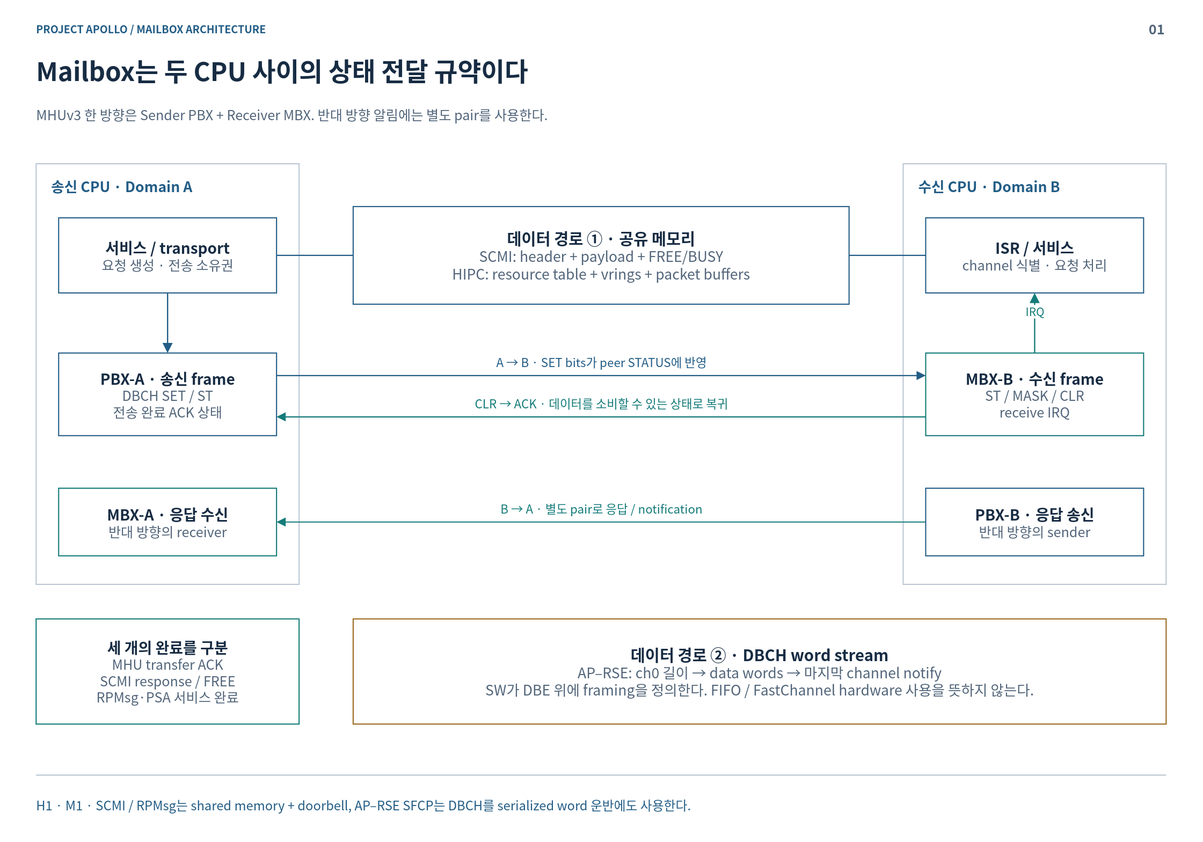
cometzero/project-apollo keeps this draw.io diagram as doc/phase1/mailbox/diagrams/01-hardware.drawio.svg. Above is the earlier version. Source tidied: cells renumbered, new cells last; positions are measured from the earlier drawing's top-left corner, leaving out a move shared by most shapes.
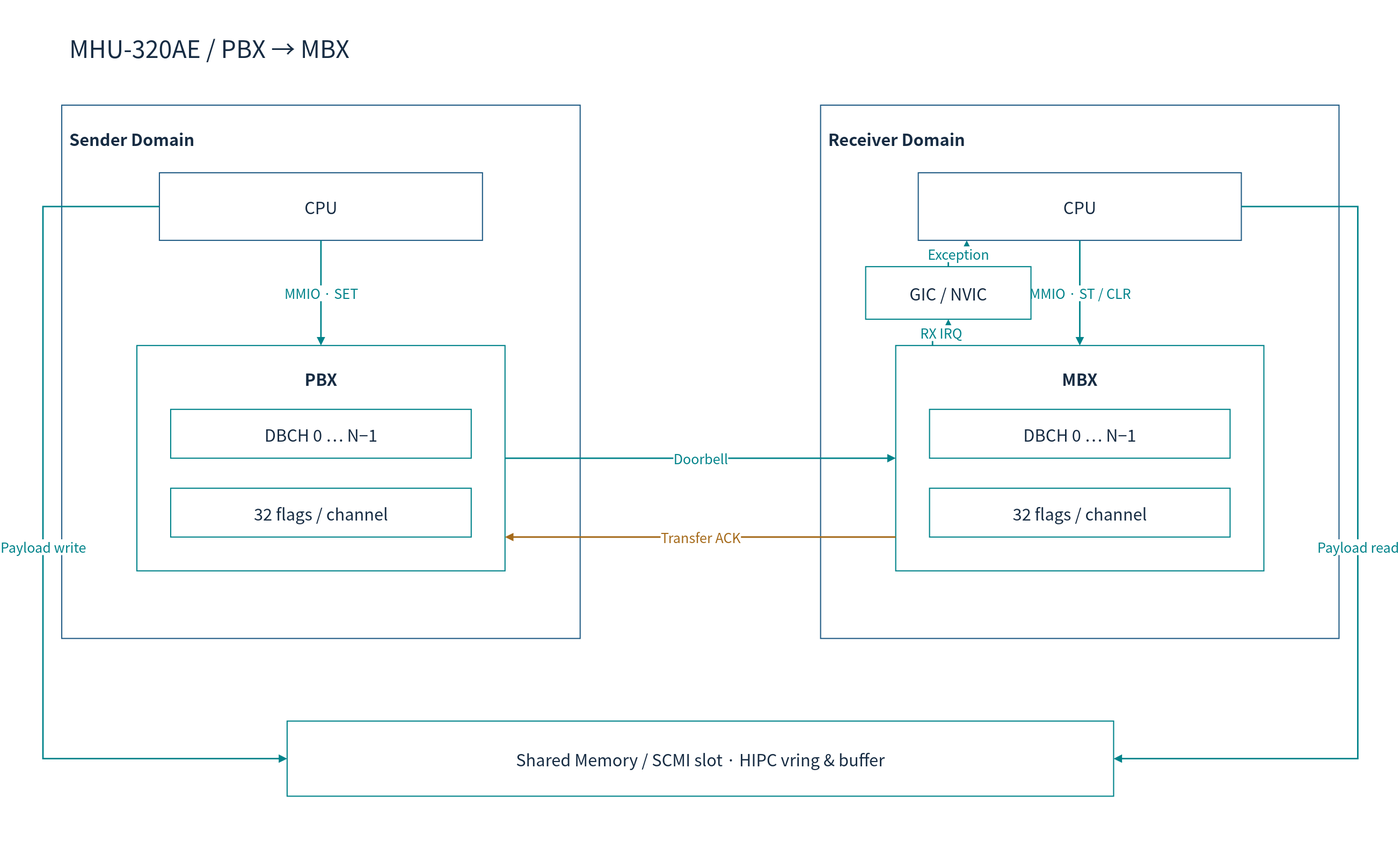
Later version of the same file.

Diff of the diagram source:
```diff
@@ -2,111 +2,81 @@
   <root>
     <mxCell id="0" />
     <mxCell id="1" parent="0" />
-    <mxCell id="2" style="rounded=0;whiteSpace=wrap;html=1;fillColor=#FFFFFF;strokeWidth=1.5;fontFamily=Noto Sans CJK KR;fontSize=18;spacing=12;fontColor=#172C43;strokeColor=none;" parent="1" vertex="1">
-      <mxGeometry width="1600" height="1120" as="geometry" />
+    <mxCell id="2" style="rounded=0;whiteSpace=wrap;html=1;fillColor=#FFFFFF;strokeColor=none;strokeWidth=1.5;fontColor=#172C43;fontFamily=Noto Sans CJK KR;fontSize=22;spacing=10;" parent="1" vertex="1">
+      <mxGeometry width="1800" height="1120" as="geometry" />
     </mxCell>
-    <mxCell id="3" value="PROJECT APOLLO / MAILBOX ARCHITECTURE" style="rounded=0;whiteSpace=wrap;html=1;fillColor=#FFFFFF;strokeWidth=1.5;fontFamily=Noto Sans CJK KR;fontSize=18;spacing=12;fontColor=#172C43;strokeColor=none;fillColor=none;spacing=0;align=left;verticalAlign=middle;fontSize=14;fontColor=#235D86;fontStyle=1;" parent="1" vertex="1">
-      <mxGeometry x="48" y="26" width="1400" height="24" as="geometry" />
-    </mxCell>
-    <mxCell id="4" value="01" style="rounded=0;whiteSpace=wrap;html=1;fillColor=#FFFFFF;strokeWidth=1.5;fontFamily=Noto Sans CJK KR;fontSize=18;spacing=12;fontColor=#172C43;strokeColor=none;fillColor=none;spacing=0;align=right;verticalAlign=middle;fontSize=18;fontColor=#52657A;fontStyle=1;" parent="1" vertex="1">
-      <mxGeometry x="1485" y="23" width="65" height="30" as="geometry" />
-    </mxCell>
-    <mxCell id="5" value="Mailbox는 두 CPU 사이의 상태 전달 규약이다" style="rounded=0;whiteSpace=wrap;html=1;fillColor=#FFFFFF;strokeWidth=1.5;fontFamily=Noto Sans CJK KR;fontSize=18;spacing=12;fontColor=#172C43;strokeColor=none;fillColor=none;spacing=0;align=left;verticalAlign=middle;fontSize=34;fontColor=#172C43;fontStyle=1;" parent="1" vertex="1">
-      <mxGeometry x="48" y="67" width="1504" height="54" as="geometry" />
+    <mxCell id="5" value="MHU-320AE / PBX → MBX" style="rounded=0;whiteSpace=wrap;html=1;fillColor=#FFFFFF;strokeColor=none;strokeWidth=1.5;fontColor=#172C43;fontFamily=Noto Sans CJK KR;fontSize=22;spacing=10;fontSize=32;align=left;" parent="1" vertex="1">
+      <mxGeometry x="50" y="30" width="1700" height="65" as="geometry" />
     </mxCell>
-    <mxCell id="6" value="MHUv3 한 방향은 Sender PBX + Receiver MBX. 반대 방향 알림에는 별도 pair를 사용한다." style="rounded=0;whiteSpace=wrap;html=1;fillColor=#FFFFFF;strokeWidth=1.5;fontFamily=Noto Sans CJK KR;fontSize=18;spacing=12;fontColor=#172C43;strokeColor=none;fillColor=none;spacing=0;align=left;verticalAlign=middle;fontSize=18;fontColor=#52657A;fontStyle=0;" parent="1" vertex="1">
-      <mxGeometry x="48" y="127" width="1504" height="50" as="geometry" />
-    </mxCell>
-    <mxCell id="7" style="html=1;whiteSpace=nowrap;edgeStyle=none;endArrow=none;endSize=8;strokeWidth=1.6;strokeColor=#BAC7D3;fontColor=#BAC7D3;fontFamily=Noto Sans CJK KR;fontSize=16;labelBackgroundColor=#FFFFFF;dashed=0;" parent="1" edge="1">
-      <mxGeometry relative="1" as="geometry">
-        <mxPoint x="48" y="1032" as="sourcePoint" />
-        <mxPoint x="1552" y="1032" as="targetPoint" />
-      </mxGeometry>
-    </mxCell>
-    <mxCell id="8" value="H1 · M1 · SCMI / RPMsg는 shared memory + doorbell, AP–RSE SFCP는 DBCH를 serialized word 운반에도 사용한다." style="rounded=0;whiteSpace=wrap;html=1;fillColor=#FFFFFF;strokeWidth=1.5;fontFamily=Noto Sans CJK KR;fontSize=18;spacing=12;fontColor=#172C43;strokeColor=none;fillColor=none;spacing=0;align=left;verticalAlign=middle;fontSize=17;fontColor=#235D86;fontStyle=0;" parent="1" vertex="1">
-      <mxGeometry x="48" y="1047" width="1504" height="50" as="geometry" />
-    </mxCell>
-    <mxCell id="9" style="rounded=0;whiteSpace=wrap;html=1;fillColor=#FFFFFF;strokeWidth=1.5;fontFamily=Noto Sans CJK KR;fontSize=18;spacing=12;fontColor=#172C43;strokeColor=#BAC7D3;" parent="1" vertex="1">
-      <mxGeometry x="48" y="218" width="350" height="560" as="geometry" />
-    </mxCell>
-    <mxCell id="10" value="송신 CPU · Domain A" style="rounded=0;whiteSpace=wrap;html=1;fillColor=#FFFFFF;strokeWidth=1.5;fontFamily=Noto Sans CJK KR;fontSize=18;spacing=12;fontColor=#172C43;strokeColor=none;fillColor=none;spacing=0;align=left;verticalAlign=middle;fontSize=19;fontColor=#235D86;fontStyle=1;" parent="1" vertex="1">
-      <mxGeometry x="68" y="232" width="310" height="32" as="geometry" />
-    </mxCell>
-    <mxCell id="11" value="&lt;b style=&quot;font-size:20px&quot;&gt;서비스 / transport&lt;/b&gt;&lt;br&gt;&lt;font color=&quot;#52657A&quot; style=&quot;font-size:18px&quot;&gt;요청 생성 · 전송 소유권&lt;/font&gt;" style="rounded=0;whiteSpace=wrap;html=1;fillColor=#FFFFFF;strokeWidth=1.5;fontFamily=Noto Sans CJK KR;fontSize=18;spacing=12;fontColor=#172C43;strokeColor=#235D86;" parent="1" vertex="1">
-      <mxGeometry x="78" y="290" width="290" height="100" as="geometry" />
-    </mxCell>
-    <mxCell id="12" value="&lt;b style=&quot;font-size:20px&quot;&gt;PBX-A · 송신 frame&lt;/b&gt;&lt;br&gt;&lt;font color=&quot;#52657A&quot; style=&quot;font-size:18px&quot;&gt;DBCH SET / ST&lt;br&gt;전송 완료 ACK 상태&lt;/font&gt;" style="rounded=0;whiteSpace=wrap;html=1;fillColor=#FFFFFF;strokeWidth=1.5;fontFamily=Noto Sans CJK KR;fontSize=18;spacing=12;fontColor=#172C43;strokeColor=#235D86;" parent="1" vertex="1">
-      <mxGeometry x="78" y="470" width="290" height="110" as="geometry" />
-    </mxCell>
-    <mxCell id="13" value="&lt;b style=&quot;font-size:20px&quot;&gt;MBX-A · 응답 수신&lt;/b&gt;&lt;br&gt;&lt;font color=&quot;#52657A&quot; style=&quot;font-size:18px&quot;&gt;반대 방향의 receiver&lt;/font&gt;" style="rounded=0;whiteSpace=wrap;html=1;fillColor=#FFFFFF;strokeWidth=1.5;fontFamily=Noto Sans CJK KR;fontSize=18;spacing=12;fontColor=#172C43;strokeColor=#147B79;" parent="1" vertex="1">
-      <mxGeometry x="78" y="650" width="290" height="90" as="geometry" />
-    </mxCell>
-    <mxCell id="14" style="rounded=0;whiteSpace=wrap;html=1;fillColor=#FFFFFF;strokeWidth=1.5;fontFamily=Noto Sans CJK KR;fontSize=18;spacing=12;fontColor=#172C43;strokeColor=#BAC7D3;" parent="1" vertex="1">
-      <mxGeometry x="1202" y="218" width="350" height="560" as="geometry" />
-    </mxCell>
-    <mxCell id="15" value="수신 CPU · Domain B" style="rounded=0;whiteSpace=wrap;html=1;fillColor=#FFFFFF;strokeWidth=1.5;fontFamily=Noto Sans CJK KR;fontSize=18;spacing=12;fontColor=#172C43;strokeColor=none;fillColor=none;spacing=0;align=left;verticalAlign=middle;fontSize=19;fontColor=#235D86;fontStyle=1;" parent="1" vertex="1">
-      <mxGeometry x="1222" y="232" width="310" height="32" as="geometry" />
-    </mxCell>
-    <mxCell id="16" value="&lt;b style=&quot;font-size:20px&quot;&gt;ISR / 서비스&lt;/b&gt;&lt;br&gt;&lt;font color=&quot;#52657A&quot; style=&quot;font-size:18px&quot;&gt;channel 식별 · 요청 처리&lt;/font&gt;" style="rounded=0;whiteSpace=wrap;html=1;fillColor=#FFFFFF;strokeWidth=1.5;fontFamily=Noto Sans CJK KR;fontSize=18;spacing=12;fontColor=#172C43;strokeColor=#235D86;" parent="1" vertex="1">
-      <mxGeometry x="1232" y="290" width="290" height="100" as="geometry" />
-    </mxCell>
-    <mxCell id="17" value="&lt;b style=&quot;font-size:20px&quot;&gt;MBX-B · 수신 frame&lt;/b&gt;&lt;br&gt;&lt;font color=&quot;#52657A&quot; style=&quot;font-size:18px&quot;&gt;ST / MASK / CLR&lt;br&gt;receive IRQ&lt;/font&gt;" style="rounded=0;whiteSpace=wrap;html=1;fillColor=#FFFFFF;strokeWidth=1.5;fontFamily=Noto Sans CJK KR;fontSize=18;spacing=12;fontColor=#172C43;strokeColor=#147B79;" parent="1" vertex="1">
-      <mxGeometry x="1232" y="470" width="290" height="110" as="geometry" />
-    </mxCell>
-    <mxCell id="18" value="&lt;b style=&quot;font-size:20px&quot;&gt;PBX-B · 응답 송신&lt;/b&gt;&lt;br&gt;&lt;font color=&quot;#52657A&quot; style=&quot;font-size:18px&quot;&gt;반대 방향의 sender&lt;/font&gt;" style="rounded=0;whiteSpace=wrap;html=1;fillColor=#FFFFFF;strokeWidth=1.5;fontFamily=Noto Sans CJK KR;fontSize=18;spacing=12;fontColor=#172C43;strokeColor=#235D86;" parent="1" vertex="1">
-      <mxGeometry x="1232" y="650" width="290" height="90" as="geometry" />
-    </mxCell>
-    <mxCell id="19" style="html=1;whiteSpace=nowrap;edgeStyle=orthogonalEdgeStyle;rounded=0;endArrow=block;endSize=9;strokeWidth=1.7;strokeColor=#235D86;fontColor=#235D86;fontFamily=Noto Sans CJK KR;fontSize=15;labelBackgroundColor=#FFFFFF;" parent="1" edge="1" source="11" target="12">
-      <mxGeometry relative="1" as="geometry">
-        <mxPoint y="-16" as="offset" />
-      </mxGeometry>
-    </mxCell>
-    <mxCell id="20" value="IRQ" style="html=1;whiteSpace=nowrap;edgeStyle=orthogonalEdgeStyle;rounded=0;endArrow=block;endSize=9;strokeWidth=1.7;strokeColor=#147B79;fontColor=#147B79;fontFamily=Noto Sans CJK KR;fontSize=15;labelBackgroundColor=#FFFFFF;" parent="1" edge="1" source="17" target="16">
-      <mxGeometry relative="1" as="geometry">
-        <mxPoint y="-16" as="offset" />
-      </mxGeometry>
-    </mxCell>
-    <mxCell id="21" value="A → B · SET bits가 peer STATUS에 반영" style="html=1;whiteSpace=nowrap;edgeStyle=none;endArrow=block;endSize=8;strokeWidth=1.6;strokeColor=#235D86;fontColor=#235D86;fontFamily=Noto Sans CJK KR;fontSize=16;labelBackgroundColor=#FFFFFF;dashed=0;" parent="1" edge="1">
-      <mxGeometry relative="1" as="geometry">
-        <mxPoint x="368" y="500" as="sourcePoint" />
-        <mxPoint x="1232" y="500" as="targetPoint" />
-        <mxPoint y="-18" as="offset" />
-      </mxGeometry>
-    </mxCell>
-    <mxCell id="22" value="CLR → ACK · 데이터를 소비할 수 있는 상태로 복귀" style="html=1;whiteSpace=nowrap;edgeStyle=none;endArrow=block;endSize=8;strokeWidth=1.6;strokeColor=#147B79;fontColor=#147B79;fontFamily=Noto Sans CJK KR;fontSize=16;labelBackgroundColor=#FFFFFF;dashed=0;" parent="1" edge="1">
-      <mxGeometry relative="1" as="geometry">
-        <mxPoint x="1232" y="555" as="sourcePoint" />
-        <mxPoint x="368" y="555" as="targetPoint" />
-        <mxPoint y="-18" as="offset" />
-      </mxGeometry>
-    </mxCell>
-    <mxCell id="23" value="B → A · 별도 pair로 응답 / notification" style="html=1;whiteSpace=nowrap;edgeStyle=none;endArrow=block;endSize=8;strokeWidth=1.6;strokeColor=#147B79;fontColor=#147B79;fontFamily=Noto Sans CJK KR;fontSize=16;labelBackgroundColor=#FFFFFF;dashed=0;" parent="1" edge="1">
-      <mxGeometry relative="1" as="geometry">
-        <mxPoint x="1232" y="695" as="sourcePoint" />
-        <mxPoint x="368" y="695" as="targetPoint" />
-        <mxPoint y="-18" as="offset" />
-      </mxGeometry>
-    </mxCell>
-    <mxCell id="24" value="&lt;b style=&quot;font-size:21px&quot;&gt;데이터 경로 ① · 공유 메모리&lt;/b&gt;&lt;br&gt;&lt;font color=&quot;#52657A&quot; style=&quot;font-size:19px&quot;&gt;SCMI: header + payload + FREE/BUSY&lt;br&gt;HIPC: resource table + vrings + packet buffers&lt;/font&gt;" style="rounded=0;whiteSpace=wrap;html=1;fillColor=#FFFFFF;strokeWidth=1.5;fontFamily=Noto Sans CJK KR;fontSize=18;spacing=12;fontColor=#172C43;strokeColor=#235D86;" parent="1" vertex="1">
-      <mxGeometry x="470" y="275" width="660" height="130" as="geometry" />
-    </mxCell>
-    <mxCell id="25" style="html=1;whiteSpace=nowrap;edgeStyle=none;endArrow=none;endSize=8;strokeWidth=1.6;strokeColor=#235D86;fontColor=#235D86;fontFamily=Noto Sans CJK KR;fontSize=16;labelBackgroundColor=#FFFFFF;dashed=0;" parent="1" edge="1">
-      <mxGeometry relative="1" as="geometry">
-        <mxPoint x="368" y="340" as="sourcePoint" />
-        <mxPoint x="470" y="340" as="targetPoint" />
-      </mxGeometry>
-    </mxCell>
-    <mxCell id="26" style="html=1;whiteSpace=nowrap;edgeStyle=none;endArrow=none;endSize=8;strokeWidth=1.6;strokeColor=#235D86;fontColor=#235D86;fontFamily=Noto Sans CJK KR;fontSize=16;labelBackgroundColor=#FFFFFF;dashed=0;" parent="1" edge="1">
-      <mxGeometry relative="1" as="geometry">
-        <mxPoint x="1130" y="340" as="sourcePoint" />
-        <mxPoint x="1232" y="340" as="targetPoint" />
-      </mxGeometry>
-    </mxCell>
-    <mxCell id="27" value="&lt;b style=&quot;font-size:21px&quot;&gt;데이터 경로 ② · DBCH word stream&lt;/b&gt;&lt;br&gt;&lt;font color=&quot;#52657A&quot; style=&quot;font-size:19px&quot;&gt;AP–RSE: ch0 길이 → data words → 마지막 channel notify&lt;br&gt;SW가 DBE 위에 framing을 정의한다. FIFO / FastChannel hardware 사용을 뜻하지 않는다.&lt;/font&gt;" style="rounded=0;whiteSpace=wrap;html=1;fillColor=#FFFFFF;strokeWidth=1.5;fontFamily=Noto Sans CJK KR;fontSize=18;spacing=12;fontColor=#172C43;strokeColor=#9A681E;" parent="1" vertex="1">
-      <mxGeometry x="470" y="824" width="1082" height="140" as="geometry" />
-    </mxCell>
-    <mxCell id="28" value="&lt;b style=&quot;font-size:20px&quot;&gt;세 개의 완료를 구분&lt;/b&gt;&lt;br&gt;&lt;font color=&quot;#52657A&quot; style=&quot;font-size:18px&quot;&gt;MHU transfer ACK&lt;br&gt;SCMI response / FREE&lt;br&gt;RPMsg·PSA 서비스 완료&lt;/font&gt;" style="rounded=0;whiteSpace=wrap;html=1;fillColor=#FFFFFF;strokeWidth=1.5;fontFamily=Noto Sans CJK KR;fontSize=18;spacing=12;fontColor=#172C43;strokeColor=#147B79;" parent="1" vertex="1">
-      <mxGeometry x="48" y="824" width="350" height="140" as="geometry" />
-    </mxCell>
+    <mxCell id="29" value="Sender Domain" style="rounded=0;whiteSpace=wrap;html=1;fillColor=#FFFFFF;strokeColor=#235D86;strokeWidth=1.5;fontColor=#172C43;fontFamily=Noto Sans CJK KR;fontSize=22;spacing=10;verticalAlign=top;fontStyle=1;spacingTop=16;align=left;" parent="1" vertex="1">
+      <mxGeometry x="50" y="140" width="690" height="710" as="geometry" />
+    </mxCell>
+    <mxCell id="30" value="CPU" style="rounded=0;whiteSpace=wrap;html=1;fillColor=#FFFFFF;strokeColor=#235D86;strokeWidth=1.5;fontColor=#172C43;fontFamily=Noto Sans CJK KR;fontSize=22;spacing=10;" parent="29" vertex="1">
+      <mxGeometry x="130" y="90" width="430" height="90" as="geometry" />
+    </mxCell>
+    <mxCell id="31" value="PBX" style="rounded=0;whiteSpace=wrap;html=1;fillColor=#FFFFFF;strokeColor=#00838A;strokeWidth=1.5;fontColor=#172C43;fontFamily=Noto Sans CJK KR;fontSize=22;spacing=10;verticalAlign=top;fontStyle=1;spacingTop=16;" parent="29" vertex="1">
+      <mxGeometry x="100" y="320" width="490" height="300" as="geometry" />
+    </mxCell>
+    <mxCell id="32" value="DBCH 0 … N−1" style="rounded=0;whiteSpace=wrap;html=1;fillColor=#FFFFFF;strokeColor=#00838A;strokeWidth=1.5;fontColor=#172C43;fontFamily=Noto Sans CJK KR;fontSize=22;spacing=10;" parent="31" vertex="1">
+      <mxGeometry x="45" y="85" width="400" height="65" as="geometry" />
+    </mxCell>
+    <mxCell id="33" value="32 flags / channel" style="rounded=0;whiteSpace=wrap;html=1;fillColor=#FFFFFF;strokeColor=#00838A;strokeWidth=1.5;fontColor=#172C43;fontFamily=Noto Sans CJK KR;fontSize=22;spacing=10;" parent="31" vertex="1">
+      <mxGeometry x="45" y="190" width="400" height="65" as="geometry" />
+    </mxCell>
+    <mxCell id="34" value="Receiver Domain" style="rounded=0;whiteSpace=wrap;html=1;fillColor=#FFFFFF;strokeColor=#235D86;strokeWidth=1.5;fontColor=#172C43;fontFamily=Noto Sans CJK KR;fontSize=22;spacing=10;verticalAlign=top;fontStyle=1;spacingTop=16;align=left;" parent="1" vertex="1">
+      <mxGeometry x="1060" y="140" width="690" height="710" as="geometry" />
+    </mxCell>
+    <mxCell id="35" value="CPU" style="rounded=0;whiteSpace=wrap;html=1;fillColor=#FFFFFF;strokeColor=#235D86;strokeWidth=1.5;fontColor=#172C43;fontFamily=Noto Sans CJK KR;fontSize=22;spacing=10;" parent="34" vertex="1">
+      <mxGeometry x="130" y="90" width="430" height="90" as="geometry" />
+    </mxCell>
+    <mxCell id="36" value="MBX" style="rounded=0;whiteSpace=wrap;html=1;fillColor=#FFFFFF;strokeColor=#00838A;strokeWidth=1.5;fontColor=#172C43;fontFamily=Noto Sans CJK KR;fontSize=22;spacing=10;verticalAlign=top;fontStyle=1;spacingTop=16;" parent="34" vertex="1">
+      <mxGeometry x="100" y="320" width="490" height="300" as="geometry" />
+    </mxCell>
+    <mxCell id="37" value="DBCH 0 … N−1" style="rounded=0;whiteSpace=wrap;html=1;fillColor=#FFFFFF;strokeColor=#00838A;strokeWidth=1.5;fontColor=#172C43;fontFamily=Noto Sans CJK KR;fontSize=22;spacing=10;" parent="36" vertex="1">
+      <mxGeometry x="45" y="85" width="400" height="65" as="geometry" />
+    </mxCell>
+    <mxCell id="38" value="32 flags / channel" style="rounded=0;whiteSpace=wrap;html=1;fillColor=#FFFFFF;strokeColor=#00838A;strokeWidth=1.5;fontColor=#172C43;fontFamily=Noto Sans CJK KR;fontSize=22;spacing=10;" parent="36" vertex="1">
+      <mxGeometry x="45" y="190" width="400" height="65" as="geometry" />
+    </mxCell>
+    <mxCell id="39" value="MMIO · SET" style="edgeStyle=orthogonalEdgeStyle;rounded=0;html=1;endArrow=block;endFill=1;strokeWidth=2;strokeColor=#00838A;fontColor=#00838A;fontFamily=Noto Sans CJK KR;fontSize=18;labelBackgroundColor=#FFFFFF;exitX=0.5;exitY=1;entryX=0.5;entryY=0;" parent="1" edge="1" source="30" target="31">
+      <mxGeometry relative="1" as="geometry" />
+    </mxCell>
+    <mxCell id="40" value="MMIO · ST / CLR" style="edgeStyle=orthogonalEdgeStyle;rounded=0;html=1;endArrow=block;endFill=1;strokeWidth=2;strokeColor=#00838A;fontColor=#00838A;fontFamily=Noto Sans CJK KR;fontSize=18;labelBackgroundColor=#FFFFFF;exitX=0.5;exitY=1;entryX=0.5;entryY=0;" parent="1" edge="1" source="35" target="36">
+      <mxGeometry relative="1" as="geometry" />
+    </mxCell>
+    <mxCell id="41" value="Doorbell" style="edgeStyle=orthogonalEdgeStyle;rounded=0;html=1;endArrow=block;endFill=1;strokeWidth=2;strokeColor=#00838A;fontColor=#00838A;fontFamily=Noto Sans CJK KR;fontSize=18;labelBackgroundColor=#FFFFFF;exitX=1;exitY=0.5;entryX=0;entryY=0.5;" parent="1" edge="1" source="31" target="36">
+      <mxGeometry relative="1" as="geometry" />
+    </mxCell>
+    <mxCell id="42" value="Transfer ACK" style="edgeStyle=orthogonalEdgeStyle;rounded=0;html=1;endArrow=block;endFill=1;strokeWidth=2;strokeColor=#A56A1A;fontColor=#A56A1A;fontFamily=Noto Sans CJK KR;fontSize=18;labelBackgroundColor=#FFFFFF;exitX=0;exitY=0.85;entryX=1;entryY=0.85;" parent="1" edge="1" source="36" target="31">
+      <mxGeometry relative="1" as="geometry" />
+    </mxCell>
+    <mxCell id="43" value="GIC / NVIC" style="rounded=0;whiteSpace=wrap;html=1;fillColor=#FFFFFF;strokeColor=#00838A;strokeWidth=1.5;fontColor=#172C43;fontFamily=Noto Sans CJK KR;fontSize=22;spacing=10;" parent="1" vertex="1">
+      <mxGeometry x="1120" y="355" width="220" height="70" as="geometry" />
+    </mxCell>
+    <mxCell id="44" value="RX IRQ" style="edgeStyle=orthogonalEdgeStyle;rounded=0;html=1;endArrow=block;endFill=1;strokeWidth=2;strokeColor=#00838A;fontColor=#00838A;fontFamily=Noto Sans CJK KR;fontSize=18;labelBackgroundColor=#FFFFFF;exitX=0.1;exitY=0;entryX=0.5;entryY=1;" parent="1" edge="1" source="36" target="43">
+      <mxGeometry relative="1" as="geometry" />
+    </mxCell>
+    <mxCell id="45" value="Exception" style="edgeStyle=orthogonalEdgeStyle;rounded=0;html=1;endArrow=block;endFill=1;strokeWidth=2;strokeColor=#00838A;fontColor=#00838A;fontFamily=Noto Sans CJK KR;fontSize=18;labelBackgroundColor=#FFFFFF;exitX=0.5;exitY=0;entryX=0.15;entryY=1;" parent="1" edge="1" source="43" target="35">
+      <mxGeometry relative="1" as="geometry" />
+    </mxCell>
+    <mxCell id="46" value="Shared Memory / SCMI slot · HIPC vring &amp;amp; buffer" style="rounded=0;whiteSpace=wrap;html=1;fillColor=#FFFFFF;strokeColor=#00838A;strokeWidth=1.5;fontColor=#172C43;fontFamily=Noto Sans CJK KR;fontSize=22;spacing=10;" parent="1" vertex="1">
+      <mxGeometry x="350" y="960" width="1100" height="100" as="geometry" />
+    </mxCell>
+    <mxCell id="47" value="Payload write" style="edgeStyle=orthogonalEdgeStyle;rounded=0;html=1;endArrow=block;endFill=1;strokeWidth=2;strokeColor=#00838A;fontColor=#00838A;fontFamily=Noto Sans CJK KR;fontSize=18;labelBackgroundColor=#FFFFFF;exitX=0;exitY=0.5;entryX=0;entryY=0.5;" parent="1" edge="1" source="30" target="46">
+      <mxGeometry relative="1" as="geometry">
+        <Array as="points">
+          <mxPoint x="25" y="275" />
+          <mxPoint x="25" y="1010" />
+        </Array>
+      </mxGeometry>
+    </mxCell>
+    <mxCell id="48" value="Payload read" style="edgeStyle=orthogonalEdgeStyle;rounded=0;html=1;endArrow=block;endFill=1;strokeWidth=2;strokeColor=#00838A;fontColor=#00838A;fontFamily=Noto Sans CJK KR;fontSize=18;labelBackgroundColor=#FFFFFF;exitX=1;exitY=0.5;entryX=1;entryY=0.5;" parent="1" edge="1" source="35" target="46">
+      <mxGeometry relative="1" as="geometry">
+        <Array as="points">
+          <mxPoint x="1775" y="275" />
+          <mxPoint x="1775" y="1010" />
+        </Array>
+      </mxGeometry>
+    </mxCell>
   </root>
 </mxGraphModel>
```
